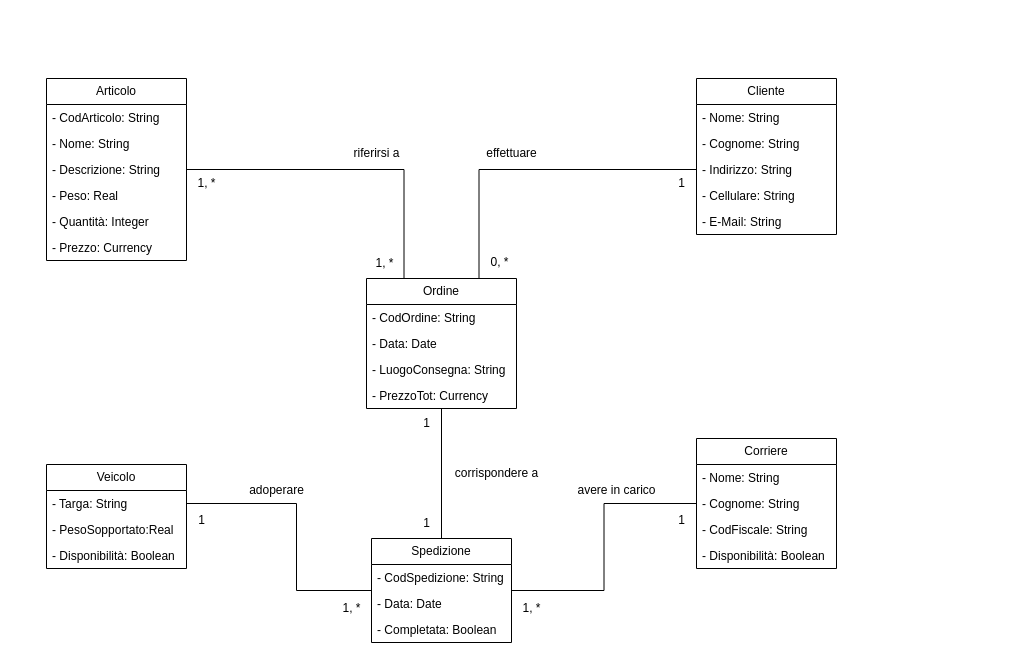
Before: Basi di dati/ClassDiagram_UML.drawio in Gianluca-F/OOBD_Project, a draw.io diagram. Source tidied: cells renumbered, new cells numbered last; positions are measured from the earlier drawing's top-left corner, leaving out a move shared by most shapes. Both pictures are drawn from the tidied source at 100%, with x=0, y=0 at pixel (46, 78).
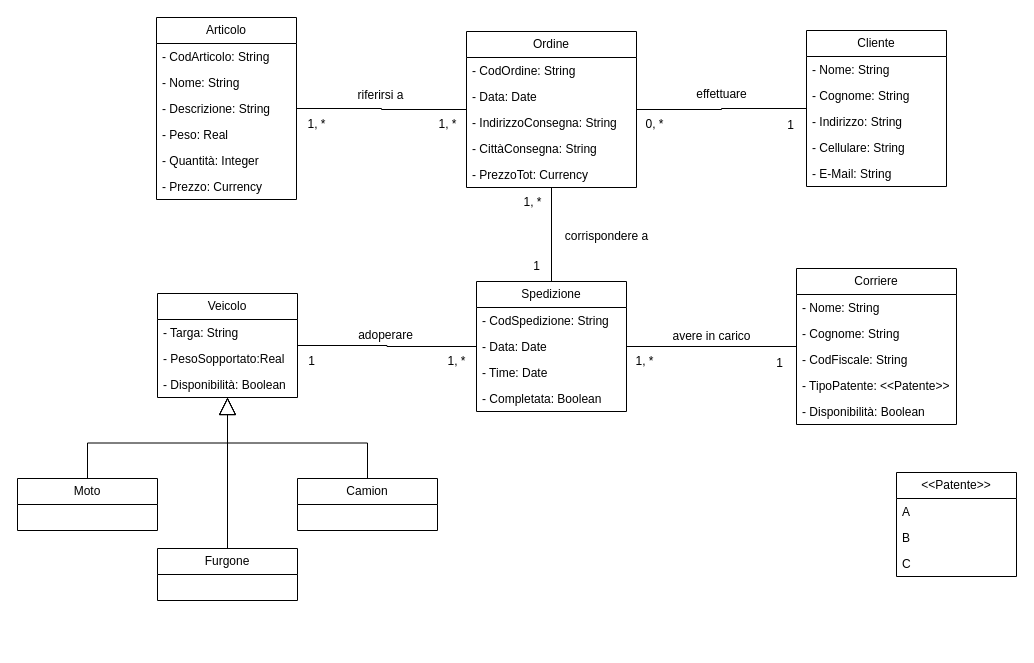
After the change.

Commit message (it also covers changes not shown here):
[BD] feat: Update UML Class Diagram

Aggiornat e migliorato Class Diagram UML con nuove idee ft.@Gianluca-F

The change refers to these unchanged cells:
```xml
<mxCell id="34" value="- Targa: String" style="text;strokeColor=none;fillColor=none;align=left;verticalAlign=top;spacingLeft=4;spacingRight=4;overflow=hidden;points=[[0,0.5],[1,0.5]];portConstraint=eastwest;whiteSpace=wrap;html=1;" parent="33" vertex="1">
  <mxGeometry y="26" width="140" height="26" as="geometry" />
</mxCell>
```

What changed in the source:
```diff
@@
+    <mxCell id="53" style="edgeStyle=orthogonalEdgeStyle;rounded=0;jettySize=auto;html=1;endArrow=none;endFill=0;" parent="1" edge="1" source="2" target="17">
+      <mxGeometry relative="1" as="geometry" />
+    </mxCell>
     <mxCell id="2" value="Articolo" style="swimlane;fontStyle=0;horizontal=1;startSize=26;fillColor=none;whiteSpace=wrap;html=1;" parent="1" vertex="1">
-      <mxGeometry width="140" height="182" as="geometry" />
+      <mxGeometry x="110" y="-61" width="140" height="182" as="geometry" />
     </mxCell>
@@
+    <mxCell id="54" style="edgeStyle=orthogonalEdgeStyle;rounded=0;jettySize=auto;html=1;endArrow=none;endFill=0;" parent="1" edge="1" source="9" target="17">
+      <mxGeometry relative="1" as="geometry" />
+    </mxCell>
     <mxCell id="9" value="Cliente" style="swimlane;fontStyle=0;horizontal=1;startSize=26;fillColor=none;whiteSpace=wrap;html=1;" parent="1" vertex="1">
-      <mxGeometry x="650" width="140" height="156" as="geometry" />
+      <mxGeometry x="760" y="-48" width="140" height="156" as="geometry" />
     </mxCell>
@@
-    <mxCell id="15" style="edgeStyle=orthogonalEdgeStyle;rounded=0;jettySize=auto;html=1;exitX=0.75;exitY=0;exitDx=0;exitDy=0;endArrow=none;endFill=0;" parent="1" edge="1" source="17" target="9">
-      <mxGeometry relative="1" as="geometry">
-        <Array as="points">
-          <mxPoint x="433" y="91" />
-        </Array>
-      </mxGeometry>
-    </mxCell>
-    <mxCell id="16" style="edgeStyle=orthogonalEdgeStyle;rounded=0;jettySize=auto;html=1;exitX=0.25;exitY=0;exitDx=0;exitDy=0;endArrow=none;endFill=0;" parent="1" edge="1" source="17" target="2">
-      <mxGeometry relative="1" as="geometry">
-        <Array as="points">
-          <mxPoint x="358" y="91" />
-        </Array>
-      </mxGeometry>
-    </mxCell>
     <mxCell id="17" value="Ordine" style="swimlane;fontStyle=0;horizontal=1;startSize=26;fillColor=none;whiteSpace=wrap;html=1;" parent="1" vertex="1">
-      <mxGeometry x="320" y="200" width="150" height="130" as="geometry" />
+      <mxGeometry x="420" y="-47" width="170" height="156" as="geometry" />
     </mxCell>
     <mxCell id="18" value="- CodOrdine: String" style="text;strokeColor=none;fillColor=none;align=left;verticalAlign=top;spacingLeft=4;spacingRight=4;overflow=hidden;whiteSpace=wrap;html=1;" parent="17" vertex="1">
-      <mxGeometry y="26" width="150" height="26" as="geometry" />
+      <mxGeometry y="26" width="170" height="26" as="geometry" />
     </mxCell>
     <mxCell id="19" value="- Data: Date" style="text;strokeColor=none;fillColor=none;align=left;verticalAlign=top;spacingLeft=4;spacingRight=4;overflow=hidden;whiteSpace=wrap;html=1;" parent="17" vertex="1">
-      <mxGeometry y="52" width="150" height="26" as="geometry" />
+      <mxGeometry y="52" width="170" height="26" as="geometry" />
     </mxCell>
-    <mxCell id="20" value="- LuogoConsegna: String" style="text;strokeColor=none;fillColor=none;align=left;verticalAlign=top;spacingLeft=4;spacingRight=4;overflow=hidden;whiteSpace=wrap;html=1;" parent="17" vertex="1">
-      <mxGeometry y="78" width="150" height="26" as="geometry" />
+    <mxCell id="20" value="- IndirizzoConsegna: String" style="text;strokeColor=none;fillColor=none;align=left;verticalAlign=top;spacingLeft=4;spacingRight=4;overflow=hidden;whiteSpace=wrap;html=1;" parent="17" vertex="1">
+      <mxGeometry y="78" width="170" height="26" as="geometry" />
     </mxCell>
+    <mxCell id="55" value="- CittàConsegna: String" style="text;strokeColor=none;fillColor=none;align=left;verticalAlign=top;spacingLeft=4;spacingRight=4;overflow=hidden;whiteSpace=wrap;html=1;" parent="17" vertex="1">
+      <mxGeometry y="104" width="170" height="26" as="geometry" />
+    </mxCell>
     <mxCell id="21" value="- PrezzoTot: Currency" style="text;strokeColor=none;fillColor=none;align=left;verticalAlign=top;spacingLeft=4;spacingRight=4;overflow=hidden;whiteSpace=wrap;html=1;" parent="17" vertex="1">
-      <mxGeometry y="104" width="150" height="26" as="geometry" />
+      <mxGeometry y="130" width="170" height="26" as="geometry" />
     </mxCell>
@@
     <mxCell id="23" value="Corriere" style="swimlane;fontStyle=0;horizontal=1;startSize=26;fillColor=none;whiteSpace=wrap;html=1;" parent="1" vertex="1">
-      <mxGeometry x="650" y="360" width="140" height="130" as="geometry" />
+      <mxGeometry x="750" y="190" width="160" height="156" as="geometry" />
     </mxCell>
     <mxCell id="24" value="- Nome: String&lt;span style=&quot;white-space: pre;&quot;&gt;&#9;&lt;/span&gt;" style="text;strokeColor=none;fillColor=none;align=left;verticalAlign=top;spacingLeft=4;spacingRight=4;overflow=hidden;whiteSpace=wrap;html=1;" parent="23" vertex="1">
-      <mxGeometry y="26" width="140" height="26" as="geometry" />
+      <mxGeometry y="26" width="160" height="26" as="geometry" />
     </mxCell>
     <mxCell id="25" value="- Cognome: String" style="text;strokeColor=none;fillColor=none;align=left;verticalAlign=top;spacingLeft=4;spacingRight=4;overflow=hidden;whiteSpace=wrap;html=1;" parent="23" vertex="1">
-      <mxGeometry y="52" width="140" height="26" as="geometry" />
+      <mxGeometry y="52" width="160" height="26" as="geometry" />
     </mxCell>
     <mxCell id="26" value="- CodFiscale: String" style="text;strokeColor=none;fillColor=none;align=left;verticalAlign=top;spacingLeft=4;spacingRight=4;overflow=hidden;whiteSpace=wrap;html=1;" parent="23" vertex="1">
-      <mxGeometry y="78" width="140" height="26" as="geometry" />
+      <mxGeometry y="78" width="160" height="26" as="geometry" />
     </mxCell>
+    <mxCell id="56" value="- TipoPatente: &amp;lt;&amp;lt;Patente&amp;gt;&amp;gt;" style="text;strokeColor=none;fillColor=none;align=left;verticalAlign=top;spacingLeft=4;spacingRight=4;overflow=hidden;whiteSpace=wrap;html=1;" parent="23" vertex="1">
+      <mxGeometry y="104" width="160" height="26" as="geometry" />
+    </mxCell>
     <mxCell id="27" value="- Disponibilità: Boolean" style="text;strokeColor=none;fillColor=none;align=left;verticalAlign=top;spacingLeft=4;spacingRight=4;overflow=hidden;whiteSpace=wrap;html=1;" parent="23" vertex="1">
-      <mxGeometry y="104" width="140" height="26" as="geometry" />
+      <mxGeometry y="130" width="160" height="26" as="geometry" />
     </mxCell>
-    <mxCell id="28" style="edgeStyle=orthogonalEdgeStyle;rounded=0;jettySize=auto;html=1;endArrow=none;endFill=0;" parent="1" edge="1" source="29" target="17">
-      <mxGeometry relative="1" as="geometry" />
-    </mxCell>
-    <mxCell id="29" value="Spedizione" style="swimlane;fontStyle=0;horizontal=1;startSize=26;fillColor=none;whiteSpace=wrap;html=1;" parent="1" vertex="1">
-      <mxGeometry x="325" y="460" width="140" height="104" as="geometry" />
-    </mxCell>
-    <mxCell id="30" value="- CodSpedizione: String" style="text;strokeColor=none;fillColor=none;align=left;verticalAlign=top;spacingLeft=4;spacingRight=4;overflow=hidden;whiteSpace=wrap;html=1;" parent="29" vertex="1">
-      <mxGeometry y="26" width="140" height="26" as="geometry" />
-    </mxCell>
-    <mxCell id="31" value="- Data: Date" style="text;strokeColor=none;fillColor=none;align=left;verticalAlign=top;spacingLeft=4;spacingRight=4;overflow=hidden;whiteSpace=wrap;html=1;" parent="29" vertex="1">
-      <mxGeometry y="52" width="140" height="26" as="geometry" />
-    </mxCell>
-    <mxCell id="32" value="- Completata: Boolean" style="text;strokeColor=none;fillColor=none;align=left;verticalAlign=top;spacingLeft=4;spacingRight=4;overflow=hidden;whiteSpace=wrap;html=1;" parent="29" vertex="1">
-      <mxGeometry y="78" width="140" height="26" as="geometry" />
-    </mxCell>
+    <mxCell id="57" style="edgeStyle=orthogonalEdgeStyle;rounded=0;jettySize=auto;html=1;endArrow=none;endFill=0;" parent="1" edge="1" source="33" target="29">
+      <mxGeometry relative="1" as="geometry" />
+    </mxCell>
     <mxCell id="33" value="Veicolo" style="swimlane;fontStyle=0;horizontal=1;startSize=26;fillColor=none;whiteSpace=wrap;html=1;" parent="1" vertex="1">
-      <mxGeometry y="386" width="140" height="104" as="geometry" />
+      <mxGeometry x="111" y="215" width="140" height="104" as="geometry" />
     </mxCell>
@@
     <mxCell id="37" value="effettuare" style="text;html=1;align=center;verticalAlign=middle;strokeColor=none;fillColor=none;" parent="1" vertex="1">
-      <mxGeometry x="430" y="60" width="70" height="30" as="geometry" />
+      <mxGeometry x="640" y="1" width="70" height="30" as="geometry" />
     </mxCell>
     <mxCell id="38" value="0, *" style="text;html=1;align=center;verticalAlign=middle;strokeColor=none;fillColor=none;" parent="1" vertex="1">
-      <mxGeometry x="433" y="169" width="40" height="30" as="geometry" />
+      <mxGeometry x="588" y="31" width="40" height="30" as="geometry" />
     </mxCell>
     <mxCell id="39" value="1" style="text;html=1;align=center;verticalAlign=middle;strokeColor=none;fillColor=none;" parent="1" vertex="1">
-      <mxGeometry x="620" y="90" width="30" height="30" as="geometry" />
+      <mxGeometry x="729" y="32" width="30" height="30" as="geometry" />
     </mxCell>
     <mxCell id="40" value="riferirsi a" style="text;html=1;align=center;verticalAlign=middle;strokeColor=none;fillColor=none;" parent="1" vertex="1">
-      <mxGeometry x="295" y="60" width="70" height="30" as="geometry" />
+      <mxGeometry x="299" y="2" width="70" height="30" as="geometry" />
     </mxCell>
     <mxCell id="41" value="1, *" style="text;html=1;align=center;verticalAlign=middle;strokeColor=none;fillColor=none;" parent="1" vertex="1">
-      <mxGeometry x="140" y="90" width="40" height="30" as="geometry" />
+      <mxGeometry x="250" y="31" width="40" height="30" as="geometry" />
     </mxCell>
     <mxCell id="42" value="1, *" style="text;html=1;align=center;verticalAlign=middle;strokeColor=none;fillColor=none;" parent="1" vertex="1">
-      <mxGeometry x="318" y="170" width="40" height="30" as="geometry" />
+      <mxGeometry x="381" y="31" width="40" height="30" as="geometry" />
     </mxCell>
     <mxCell id="43" value="corrispondere a" style="text;html=1;align=center;verticalAlign=middle;strokeColor=none;fillColor=none;" parent="1" vertex="1">
-      <mxGeometry x="395" y="380" width="110" height="30" as="geometry" />
+      <mxGeometry x="505" y="143" width="110" height="30" as="geometry" />
     </mxCell>
-    <mxCell id="44" value="1" style="text;html=1;align=center;verticalAlign=middle;strokeColor=none;fillColor=none;" parent="1" vertex="1">
-      <mxGeometry x="365" y="330" width="30" height="30" as="geometry" />
+    <mxCell id="44" value="1, *" style="text;html=1;align=center;verticalAlign=middle;strokeColor=none;fillColor=none;" parent="1" vertex="1">
+      <mxGeometry x="466" y="109" width="40" height="30" as="geometry" />
     </mxCell>
     <mxCell id="45" value="1" style="text;html=1;align=center;verticalAlign=middle;strokeColor=none;fillColor=none;" parent="1" vertex="1">
-      <mxGeometry x="365" y="430" width="30" height="30" as="geometry" />
+      <mxGeometry x="475" y="173" width="30" height="30" as="geometry" />
     </mxCell>
     <mxCell id="46" value="avere in carico" style="text;html=1;align=center;verticalAlign=middle;strokeColor=none;fillColor=none;" parent="1" vertex="1">
-      <mxGeometry x="520" y="397" width="100" height="30" as="geometry" />
+      <mxGeometry x="615" y="243" width="100" height="30" as="geometry" />
     </mxCell>
     <mxCell id="47" value="1, *" style="text;html=1;align=center;verticalAlign=middle;strokeColor=none;fillColor=none;" parent="1" vertex="1">
-      <mxGeometry x="465" y="515" width="40" height="30" as="geometry" />
+      <mxGeometry x="578" y="268" width="40" height="30" as="geometry" />
     </mxCell>
     <mxCell id="48" value="1" style="text;html=1;align=center;verticalAlign=middle;strokeColor=none;fillColor=none;" parent="1" vertex="1">
-      <mxGeometry x="620" y="427" width="30" height="30" as="geometry" />
+      <mxGeometry x="718" y="270" width="30" height="30" as="geometry" />
     </mxCell>
-    <mxCell id="49" style="edgeStyle=orthogonalEdgeStyle;rounded=0;jettySize=auto;html=1;endArrow=none;endFill=0;" parent="1" edge="1" source="34" target="29">
-      <mxGeometry relative="1" as="geometry">
-        <Array as="points">
-          <mxPoint x="250" y="425" />
-          <mxPoint x="250" y="512" />
-        </Array>
-      </mxGeometry>
-    </mxCell>
     <mxCell id="50" value="adoperare" style="text;html=1;align=center;verticalAlign=middle;strokeColor=none;fillColor=none;" parent="1" vertex="1">
-      <mxGeometry x="190" y="397" width="80" height="30" as="geometry" />
+      <mxGeometry x="299" y="242" width="80" height="30" as="geometry" />
     </mxCell>
     <mxCell id="51" value="1" style="text;html=1;align=center;verticalAlign=middle;strokeColor=none;fillColor=none;" parent="1" vertex="1">
-      <mxGeometry x="140" y="427" width="30" height="30" as="geometry" />
+      <mxGeometry x="250" y="268" width="30" height="30" as="geometry" />
     </mxCell>
     <mxCell id="52" value="1, *" style="text;html=1;align=center;verticalAlign=middle;strokeColor=none;fillColor=none;" parent="1" vertex="1">
-      <mxGeometry x="285" y="515" width="40" height="30" as="geometry" />
+      <mxGeometry x="390" y="268" width="40" height="30" as="geometry" />
     </mxCell>
+    <mxCell id="58" style="edgeStyle=orthogonalEdgeStyle;rounded=0;jettySize=auto;html=1;endArrow=block;endFill=0;strokeWidth=1;startArrow=none;startFill=0;endSize=15;" parent="1" edge="1" source="59" target="33">
+      <mxGeometry relative="1" as="geometry" />
+    </mxCell>
+    <mxCell id="59" value="Moto" style="swimlane;fontStyle=0;horizontal=1;startSize=26;fillColor=none;whiteSpace=wrap;html=1;" parent="1" vertex="1">
+      <mxGeometry x="-29" y="400" width="140" height="52" as="geometry" />
+    </mxCell>
+    <mxCell id="60" style="edgeStyle=orthogonalEdgeStyle;rounded=0;jettySize=auto;html=1;endSize=15;endArrow=block;endFill=0;" parent="1" edge="1" source="61" target="33">
+      <mxGeometry relative="1" as="geometry" />
+    </mxCell>
+    <mxCell id="61" value="Camion" style="swimlane;fontStyle=0;horizontal=1;startSize=26;fillColor=none;whiteSpace=wrap;html=1;" parent="1" vertex="1">
+      <mxGeometry x="251" y="400" width="140" height="52" as="geometry" />
+    </mxCell>
+    <mxCell id="62" style="edgeStyle=orthogonalEdgeStyle;rounded=0;orthogonalLoop=1;jettySize=auto;html=1;endArrow=block;endFill=0;endSize=15;" parent="1" edge="1">
+      <mxGeometry relative="1" as="geometry">
+        <mxPoint x="181" y="470" as="sourcePoint" />
+        <mxPoint x="181" y="319" as="targetPoint" />
+      </mxGeometry>
+    </mxCell>
+    <mxCell id="63" value="Furgone" style="swimlane;fontStyle=0;horizontal=1;startSize=26;fillColor=none;whiteSpace=wrap;html=1;" parent="1" vertex="1">
+      <mxGeometry x="111" y="470" width="140" height="52" as="geometry" />
+    </mxCell>
+    <mxCell id="64" value="&amp;lt;&amp;lt;Patente&amp;gt;&amp;gt;" style="swimlane;fontStyle=0;horizontal=1;startSize=26;fillColor=none;whiteSpace=wrap;html=1;" parent="1" vertex="1">
+      <mxGeometry x="850" y="394" width="120" height="104" as="geometry" />
+    </mxCell>
+    <mxCell id="65" value="A" style="text;strokeColor=none;fillColor=none;align=left;verticalAlign=top;spacingLeft=4;spacingRight=4;overflow=hidden;whiteSpace=wrap;html=1;" parent="64" vertex="1">
+      <mxGeometry y="26" width="120" height="26" as="geometry" />
+    </mxCell>
+    <mxCell id="66" value="B" style="text;strokeColor=none;fillColor=none;align=left;verticalAlign=top;spacingLeft=4;spacingRight=4;overflow=hidden;whiteSpace=wrap;html=1;" parent="64" vertex="1">
+      <mxGeometry y="52" width="120" height="26" as="geometry" />
+    </mxCell>
+    <mxCell id="67" value="C" style="text;strokeColor=none;fillColor=none;align=left;verticalAlign=top;spacingLeft=4;spacingRight=4;overflow=hidden;whiteSpace=wrap;html=1;" parent="64" vertex="1">
+      <mxGeometry y="78" width="120" height="26" as="geometry" />
+    </mxCell>
+    <mxCell id="28" style="edgeStyle=orthogonalEdgeStyle;rounded=0;jettySize=auto;html=1;endArrow=none;endFill=0;" parent="1" edge="1" source="29" target="17">
+      <mxGeometry relative="1" as="geometry" />
+    </mxCell>
+    <mxCell id="29" value="Spedizione" style="swimlane;fontStyle=0;horizontal=1;startSize=26;fillColor=none;whiteSpace=wrap;html=1;" parent="1" vertex="1">
+      <mxGeometry x="430" y="203" width="150" height="130" as="geometry" />
+    </mxCell>
+    <mxCell id="30" value="- CodSpedizione: String" style="text;strokeColor=none;fillColor=none;align=left;verticalAlign=top;spacingLeft=4;spacingRight=4;overflow=hidden;whiteSpace=wrap;html=1;" parent="29" vertex="1">
+      <mxGeometry y="26" width="150" height="26" as="geometry" />
+    </mxCell>
+    <mxCell id="31" value="- Data: Date" style="text;strokeColor=none;fillColor=none;align=left;verticalAlign=top;spacingLeft=4;spacingRight=4;overflow=hidden;whiteSpace=wrap;html=1;" parent="29" vertex="1">
+      <mxGeometry y="52" width="150" height="26" as="geometry" />
+    </mxCell>
+    <mxCell id="68" value="- Time: Date" style="text;strokeColor=none;fillColor=none;align=left;verticalAlign=top;spacingLeft=4;spacingRight=4;overflow=hidden;whiteSpace=wrap;html=1;" parent="29" vertex="1">
+      <mxGeometry y="78" width="150" height="26" as="geometry" />
+    </mxCell>
+    <mxCell id="32" value="- Completata: Boolean" style="text;strokeColor=none;fillColor=none;align=left;verticalAlign=top;spacingLeft=4;spacingRight=4;overflow=hidden;whiteSpace=wrap;html=1;" parent="29" vertex="1">
+      <mxGeometry y="104" width="150" height="26" as="geometry" />
+    </mxCell>
```
